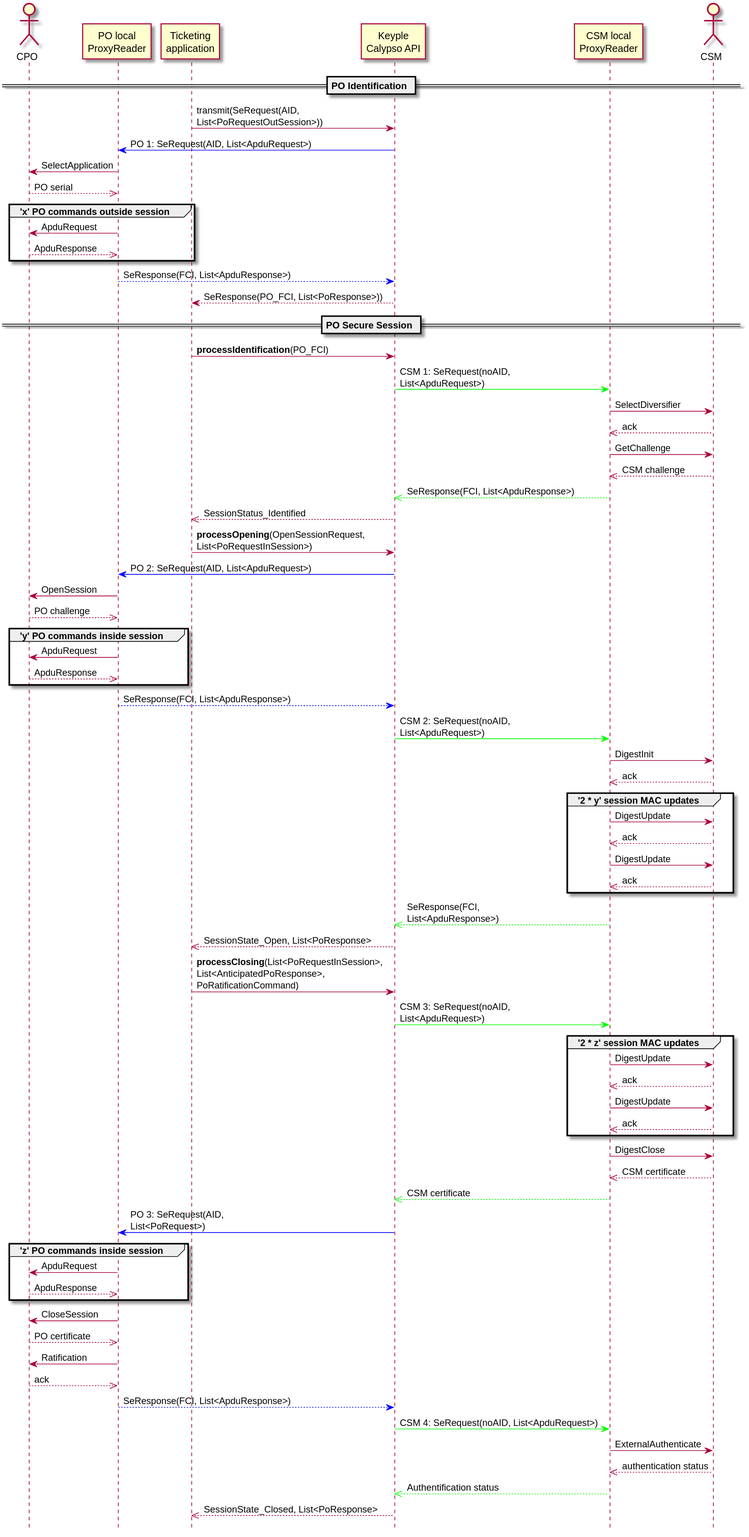
Before: keyple-extension-calypso-spec/img/uml-sequenceDiagram-CalypsoTransaction-3stepsecureSession.svg, a diagram exported from PlantUML (yvonneyam/keyple-doc-yy).
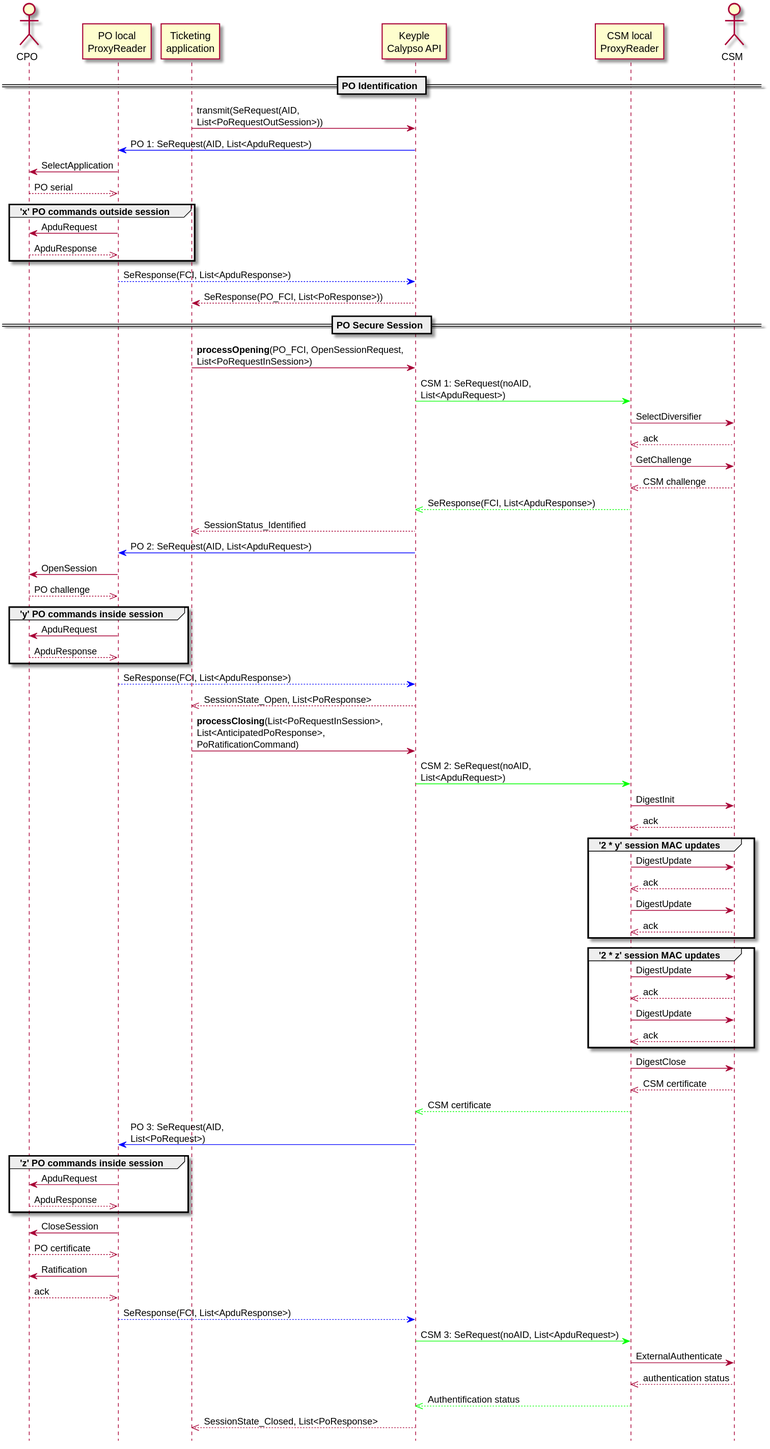
After the commit.

Commit message:
Update PO secure session - CSM Digest grouping

What changed in the source:
```diff
@@ -23,7 +23,7 @@
 
 == PO Secure Session ==
 
-TA->KC: **processIdentification**(PO_FCI)
+TA->KC: **processOpening**(PO_FCI, OpenSessionRequest,\nList<PoRequestInSession>)
 KC-[#00FF00]>SMR: CSM 1: SeRequest(noAID,\nList<ApduRequest>)
 SMR->SM: SelectDiversifier
 SMR<<--SM: ack
@@ -31,8 +31,6 @@
 SMR<<--SM: CSM challenge
 KC<<[#00FF00]--SMR: SeResponse(FCI, List<ApduResponse>)
 TA<<--KC: SessionStatus_Identified
-
-TA->KC: **processOpening**(OpenSessionRequest,\nList<PoRequestInSession>)
 POR<[#0000FF]-KC: PO 2: SeRequest(AID, List<ApduRequest>)
 PO<-POR: OpenSession
 PO-->>POR: PO challenge
@@ -41,6 +39,11 @@
 PO-->>POR: ApduResponse
 end
 POR--[#0000FF]>KC: SeResponse(FCI, List<ApduResponse>)
+
+TA<<--KC: SessionState_Open, List<PoResponse>
+
+TA->KC: **processClosing**(List<PoRequestInSession>,\nList<AnticipatedPoResponse>,\nPoRatificationCommand)
+
 KC-[#00FF00]>SMR: CSM 2: SeRequest(noAID,\nList<ApduRequest>)
 SMR->SM: DigestInit
 SMR<<--SM:ack
@@ -50,11 +53,6 @@
 SMR->SM: DigestUpdate
 SMR<<--SM: ack
 end
-KC<<[#00FF00]--SMR: SeResponse(FCI,\nList<ApduResponse>)
-TA<<--KC: SessionState_Open, List<PoResponse>
-
-TA->KC: **processClosing**(List<PoRequestInSession>,\nList<AnticipatedPoResponse>,\nPoRatificationCommand)
-KC-[#00FF00]>SMR: CSM 3: SeRequest(noAID,\nList<ApduRequest>)
 group '2 * z' session MAC updates
 SMR->SM: DigestUpdate
 SMR<<--SM: ack
@@ -74,7 +72,7 @@
 PO<-POR: Ratification
 PO-->>POR: ack
 POR--[#0000FF]>KC: SeResponse(FCI, List<ApduResponse>)
-KC-[#00FF00]>SMR: CSM 4: SeRequest(noAID, List<ApduRequest>)
+KC-[#00FF00]>SMR: CSM 3: SeRequest(noAID, List<ApduRequest>)
 SMR->SM: ExternalAuthenticate
 SMR<<--SM: authentication status
 KC<<[#00FF00]--SMR: Authentification status
```
